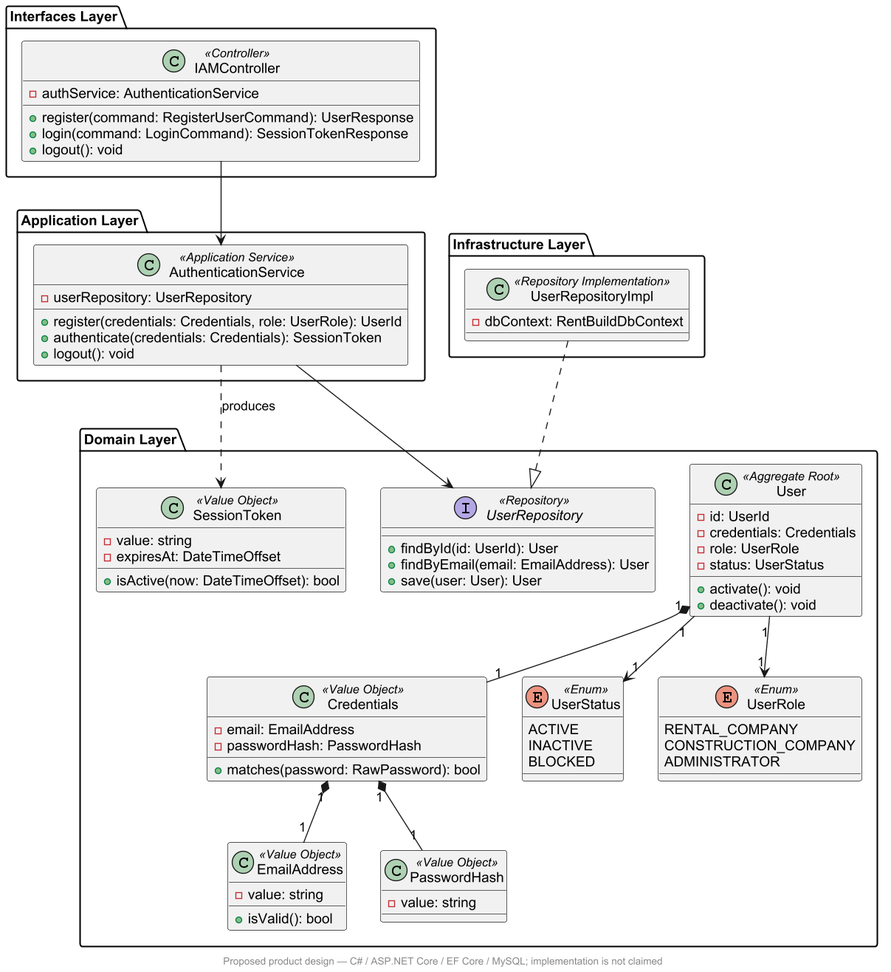
Above: assets/tb1-reference-design/class-diagram-iam.png in upc-pre-202620-1asi0730-8093-dataflux/dataflux-project-report (PlantUML), before the change. Its diagram source:
```plantuml
@startuml
skinparam backgroundColor white
skinparam shadowing false
skinparam defaultFontName Arial
skinparam dpi 130
package "Interfaces Layer" {
  class IAMController <<Controller>> {
    - authService: AuthenticationService
    + register(command: RegisterUserCommand): UserResponse
    + login(command: LoginCommand): SessionTokenResponse
    + logout(): void
  }
}

package "Application Layer" {
  class AuthenticationService <<Application Service>> {
    - userRepository: UserRepository
    + register(credentials: Credentials, role: UserRole): UserId
    + authenticate(credentials: Credentials): SessionToken
    + logout(): void
  }
}

package "Infrastructure Layer" {
  class UserRepositoryImpl <<Repository Implementation>> {
    - dbContext: RentBuildDbContext
  }
}

package "Domain Layer" {
  class User <<Aggregate Root>> {
    - id: UserId
    - credentials: Credentials
    - role: UserRole
    - status: UserStatus
    + activate(): void
    + deactivate(): void
  }

  class Credentials <<Value Object>> {
    - email: EmailAddress
    - passwordHash: PasswordHash
    + matches(password: RawPassword): bool
  }

  class SessionToken <<Value Object>> {
    - value: string
    - expiresAt: DateTimeOffset
    + isActive(now: DateTimeOffset): bool
  }

  enum UserStatus <<Enum>> {
    ACTIVE
    INACTIVE
    BLOCKED
  }

  enum UserRole <<Enum>> {
    RENTAL_COMPANY
    CONSTRUCTION_COMPANY
    ADMINISTRATOR
  }

  class EmailAddress <<Value Object>> {
    - value: string
    + isValid(): bool
  }
  class PasswordHash <<Value Object>> {
    - value: string
  }

  interface UserRepository <<Repository>> {
    + findById(id: UserId): User
    + findByEmail(email: EmailAddress): User
    + save(user: User): User
  }
}

IAMController --> AuthenticationService
AuthenticationService --> UserRepository
UserRepositoryImpl ..|> UserRepository

User "1" --> "1" UserStatus
User "1" --> "1" UserRole
User "1" *-- "1" Credentials
Credentials "1" *-- "1" EmailAddress
Credentials "1" *-- "1" PasswordHash
AuthenticationService ..> SessionToken : produces
footer Proposed product design — C# / ASP.NET Core / EF Core / MySQL; implementation is not claimed
@enduml
```
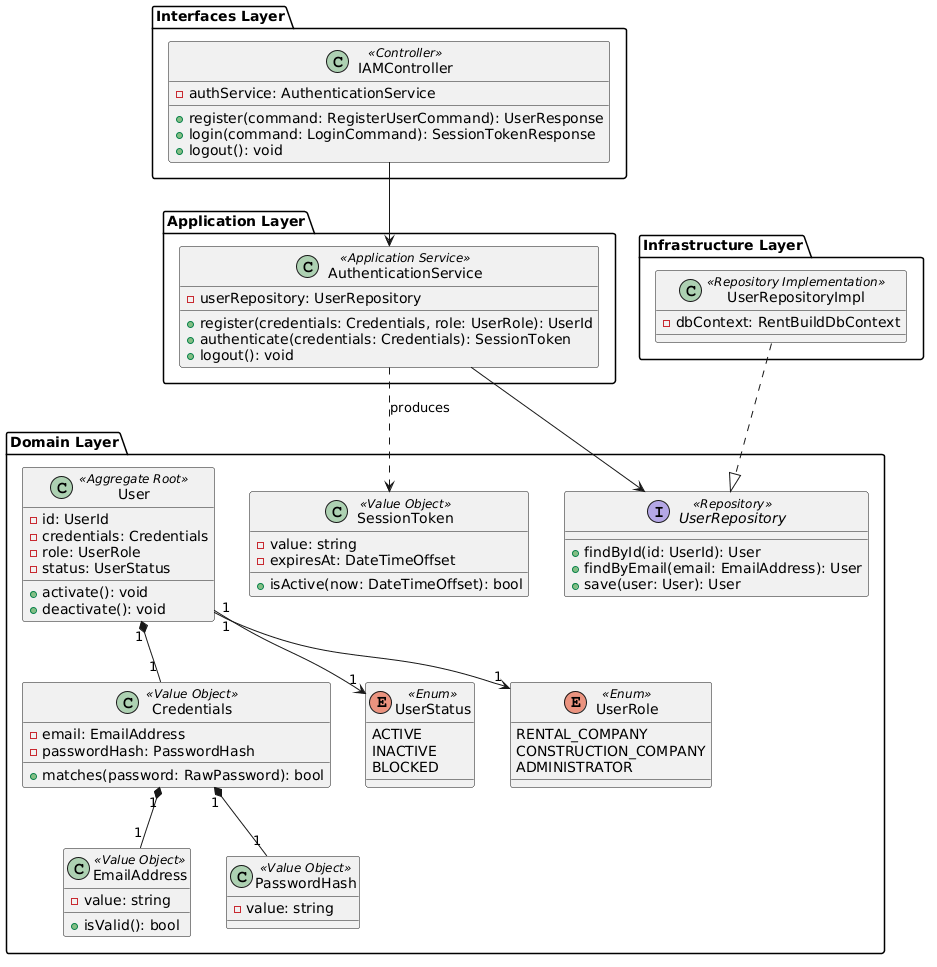
After the change.

Commit message:
fix(architecture): restore original class models with C# types

Change to the diagram source:
```diff
@@ -1,8 +1,5 @@
 @startuml
-skinparam backgroundColor white
-skinparam shadowing false
-skinparam defaultFontName Arial
-skinparam dpi 130
+skinparam defaultFontName "DejaVu Sans"
 package "Interfaces Layer" {
   class IAMController <<Controller>> {
     - authService: AuthenticationService
@@ -86,5 +83,7 @@
 Credentials "1" *-- "1" EmailAddress
 Credentials "1" *-- "1" PasswordHash
 AuthenticationService ..> SessionToken : produces
-footer Proposed product design — C# / ASP.NET Core / EF Core / MySQL; implementation is not claimed
+
+User -right[hidden]-> SessionToken
+SessionToken -right[hidden]-> UserRepository
 @enduml
```
